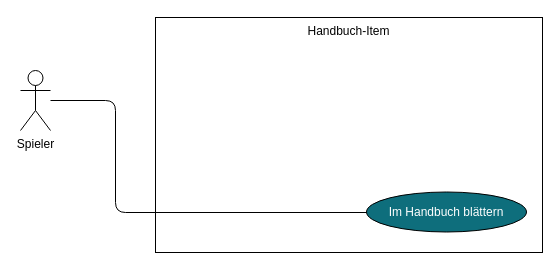
Before: Manual-Item.drawio in LundiNord/RISCJ-Diagramms, a draw.io diagram. Source tidied: cells renumbered, new cells numbered last; positions are measured from the earlier drawing's top-left corner, leaving out a move shared by most shapes. Both pictures are drawn from the tidied source at 100%, with x=0, y=0 at pixel (20, 17).
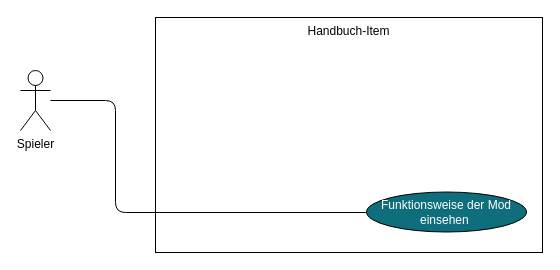
The same diagram, later.

Change to the diagram source:
```diff
@@
 <mxGraphModel>
   <root>
     <mxCell id="0" />
     <mxCell id="1" parent="0" />
     <mxCell id="2" value="Handbuch-Item" style="whiteSpace=wrap;html=1;fillColor=none;verticalAlign=top;" parent="1" vertex="1">
       <mxGeometry x="135" width="387" height="235" as="geometry" />
     </mxCell>
     <mxCell id="3" value="Spieler" style="shape=umlActor;verticalLabelPosition=bottom;labelBackgroundColor=#ffffff;verticalAlign=top;html=1;fillColor=none;" parent="1" vertex="1">
       <mxGeometry y="53" width="30" height="60" as="geometry" />
     </mxCell>
-    <mxCell id="4" value="Im Handbuch blättern" style="ellipse;whiteSpace=wrap;html=1;fillColor=#0e6e7c;fontColor=#FFFFFF;" parent="1" vertex="1">
+    <mxCell id="4" value="Funktionsweise der Mod einsehen&amp;nbsp;" style="ellipse;whiteSpace=wrap;html=1;fillColor=#0e6e7c;fontColor=#FFFFFF;" parent="1" vertex="1">
       <mxGeometry x="346" y="174.5" width="160" height="40" as="geometry" />
     </mxCell>
     <mxCell id="5" style="edgeStyle=orthogonalEdgeStyle;rounded=1;jettySize=auto;html=1;endArrow=none;endFill=0;" parent="1" edge="1" source="3" target="4">
       <mxGeometry relative="1" as="geometry">
         <Array as="points">
           <mxPoint x="95" y="83" />
           <mxPoint x="95" y="195" />
         </Array>
       </mxGeometry>
     </mxCell>
   </root>
 </mxGraphModel>
```
